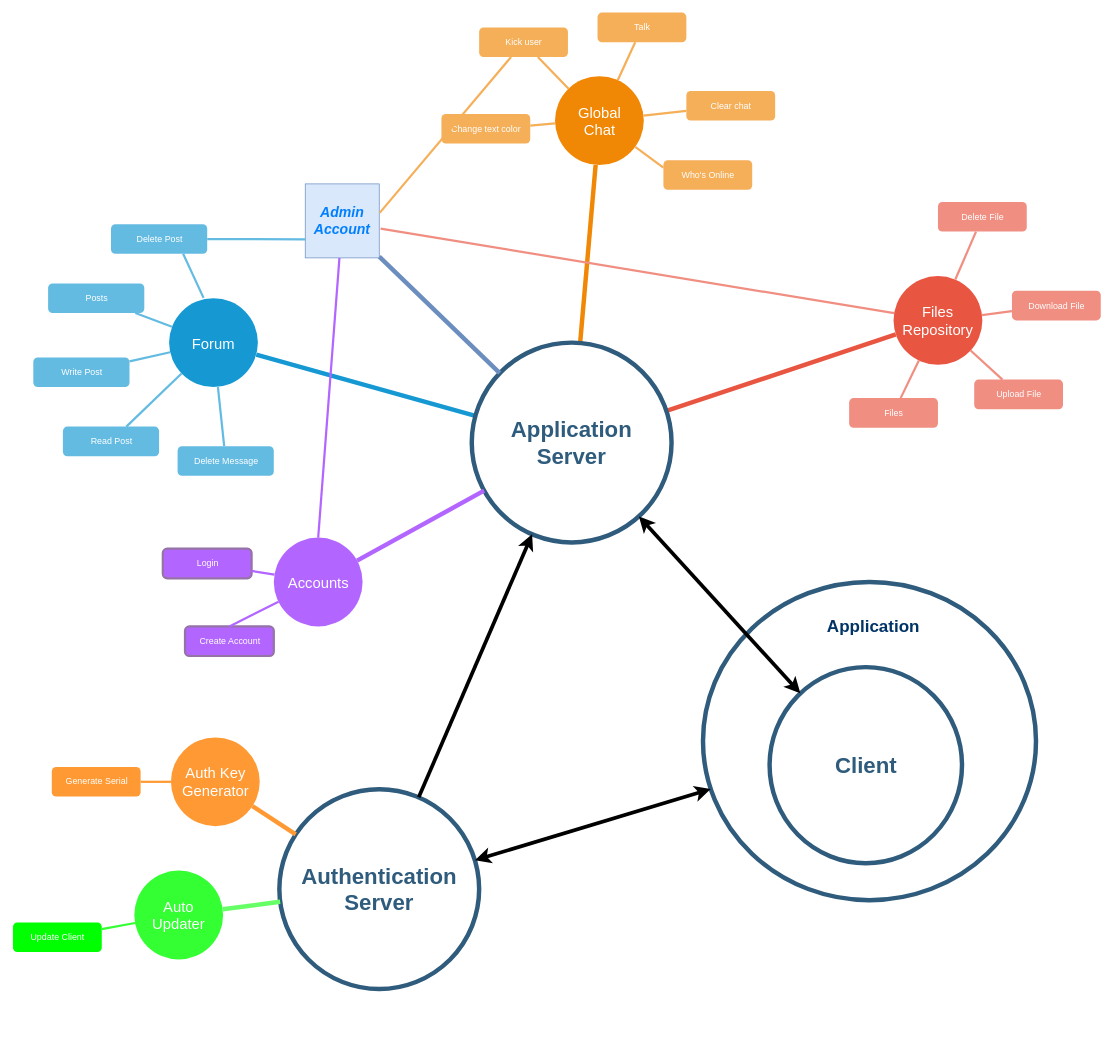
Before: Images/Architecture.drawio in HFrajacomo/Terminal-Forum-Server, a draw.io diagram. Source tidied: cells renumbered, new cells numbered last; positions are measured from the earlier drawing's top-left corner, leaving out a move shared by most shapes. Both pictures are drawn from the tidied source at 74%, with x=0, y=0 at pixel (13, 12).
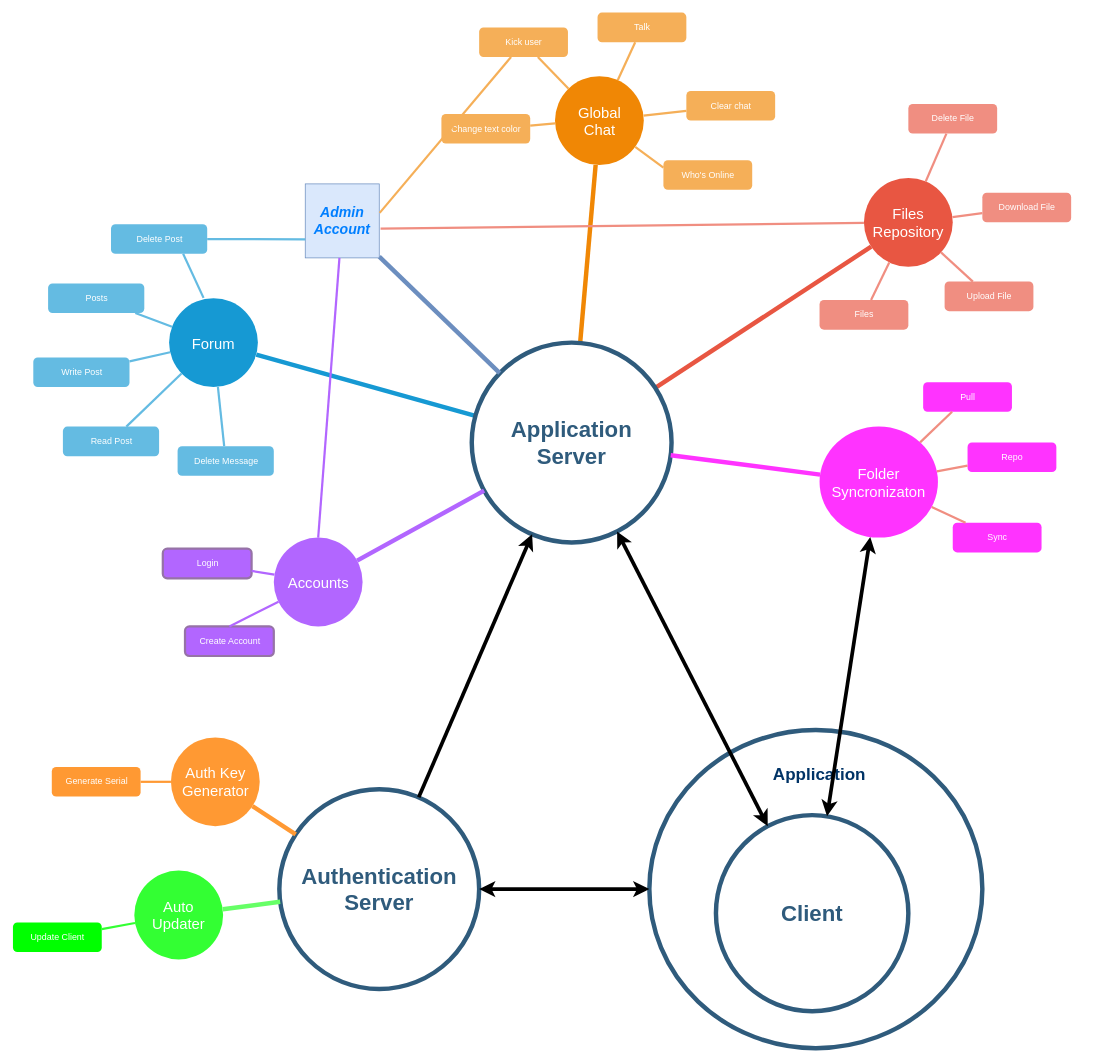
After the change.

Unchanged cells that the change refers to:
```xml
<mxCell id="34" value="Application&lt;br&gt;Server&lt;br&gt;" style="ellipse;whiteSpace=wrap;html=1;shadow=0;fontFamily=Helvetica;fontSize=30;fontColor=#2F5B7C;align=center;strokeColor=#2F5B7C;strokeWidth=6;fillColor=#FFFFFF;fontStyle=1;gradientColor=none;" parent="1" vertex="1">
  <mxGeometry x="620" y="446.5" width="270" height="270" as="geometry" />
</mxCell>
```

Diff of the diagram source:
```diff
@@
     <mxCell id="4" value="Files&lt;br&gt;Repository&lt;br&gt;" style="ellipse;whiteSpace=wrap;html=1;shadow=0;fontFamily=Helvetica;fontSize=20;fontColor=#FFFFFF;align=center;strokeWidth=3;fillColor=#E85642;strokeColor=none;" parent="1" vertex="1">
-      <mxGeometry x="1190" y="356.5" width="120" height="120" as="geometry" />
+      <mxGeometry x="1150" y="224" width="120" height="120" as="geometry" />
     </mxCell>
@@
     <mxCell id="26" value="Files" style="rounded=1;fillColor=#f08e81;strokeColor=none;strokeWidth=3;shadow=0;html=1;fontColor=#FFFFFF;" parent="1" vertex="1">
-      <mxGeometry x="1130" y="521.5" width="120" height="40" as="geometry" />
+      <mxGeometry x="1090" y="389" width="120" height="40" as="geometry" />
     </mxCell>
     <mxCell id="27" value="Upload File" style="rounded=1;fillColor=#f08e81;strokeColor=none;strokeWidth=3;shadow=0;html=1;fontColor=#FFFFFF;" parent="1" vertex="1">
-      <mxGeometry x="1299" y="496.5" width="120" height="40" as="geometry" />
+      <mxGeometry x="1259" y="364" width="120" height="40" as="geometry" />
     </mxCell>
     <mxCell id="28" value="Delete File" style="rounded=1;fillColor=#f08e81;strokeColor=none;strokeWidth=3;shadow=0;html=1;fontColor=#FFFFFF;" parent="1" vertex="1">
-      <mxGeometry x="1250" y="256.5" width="120" height="40" as="geometry" />
+      <mxGeometry x="1210" y="124" width="120" height="40" as="geometry" />
     </mxCell>
     <mxCell id="29" value="Download File" style="rounded=1;fillColor=#f08e81;strokeColor=none;strokeWidth=3;shadow=0;html=1;fontColor=#FFFFFF;" parent="1" vertex="1">
-      <mxGeometry x="1350" y="376.5" width="120" height="40" as="geometry" />
+      <mxGeometry x="1310" y="244" width="120" height="40" as="geometry" />
     </mxCell>
     <mxCell id="30" style="edgeStyle=none;endArrow=none;strokeWidth=3;strokeColor=#F08E81;html=1;" parent="1" edge="1" source="4" target="26">
-      <mxGeometry x="-110" y="186.5" as="geometry" />
+      <mxGeometry x="-150" y="54" as="geometry" />
     </mxCell>
     <mxCell id="31" style="edgeStyle=none;endArrow=none;strokeWidth=3;strokeColor=#F08E81;html=1;" parent="1" edge="1" source="4" target="27">
-      <mxGeometry x="-110" y="186.5" as="geometry" />
+      <mxGeometry x="-150" y="54" as="geometry" />
     </mxCell>
     <mxCell id="32" style="edgeStyle=none;endArrow=none;strokeWidth=3;strokeColor=#F08E81;html=1;" parent="1" edge="1" source="4" target="28">
-      <mxGeometry x="-110" y="186.5" as="geometry" />
+      <mxGeometry x="-150" y="54" as="geometry" />
     </mxCell>
     <mxCell id="33" style="edgeStyle=none;endArrow=none;strokeWidth=3;strokeColor=#F08E81;html=1;" parent="1" edge="1" source="4" target="29">
-      <mxGeometry x="-110" y="186.5" as="geometry" />
+      <mxGeometry x="-150" y="54" as="geometry" />
     </mxCell>
@@
     <mxCell id="58" value="&lt;div style=&quot;text-align: center&quot;&gt;&lt;br&gt;&lt;/div&gt;" style="ellipse;whiteSpace=wrap;html=1;shadow=0;fontFamily=Helvetica;fontSize=30;fontColor=#2F5B7C;align=center;strokeColor=#2F5B7C;strokeWidth=6;fillColor=#FFFFFF;fontStyle=1;gradientColor=none;" parent="1" vertex="1">
-      <mxGeometry x="932.5" y="770" width="450" height="430" as="geometry" />
+      <mxGeometry x="860" y="970" width="450" height="430" as="geometry" />
     </mxCell>
     <mxCell id="59" value="Client&lt;br&gt;" style="ellipse;whiteSpace=wrap;html=1;shadow=0;fontFamily=Helvetica;fontSize=30;fontColor=#2F5B7C;align=center;strokeColor=#2F5B7C;strokeWidth=6;fillColor=#FFFFFF;fontStyle=1;gradientColor=none;" parent="1" vertex="1">
-      <mxGeometry x="1022.5" y="885" width="260" height="265" as="geometry" />
+      <mxGeometry x="950" y="1085" width="260" height="265" as="geometry" />
     </mxCell>
     <mxCell id="60" value="Application" style="text;html=1;strokeColor=none;fillColor=none;align=center;verticalAlign=middle;whiteSpace=wrap;rounded=0;fontColor=#003366;fontSize=23;fontStyle=1;" parent="1" vertex="1">
-      <mxGeometry x="1087.5" y="800" width="150" height="60" as="geometry" />
+      <mxGeometry x="1015" y="1000" width="150" height="60" as="geometry" />
     </mxCell>
@@
+    <mxCell id="64" value="Folder&lt;br&gt;Syncronizaton&lt;br&gt;" style="ellipse;whiteSpace=wrap;html=1;shadow=0;fontFamily=Helvetica;fontSize=20;align=center;strokeWidth=3;fillColor=#FF33FF;strokeColor=none;fontColor=#FFFFFF;" parent="1" vertex="1">
+      <mxGeometry x="1090" y="560" width="160" height="150" as="geometry" />
+    </mxCell>
+    <mxCell id="65" value="Pull" style="rounded=1;fillColor=#FF33FF;strokeColor=none;strokeWidth=3;shadow=0;html=1;fontColor=#FFFFFF;" parent="1" vertex="1">
+      <mxGeometry x="1230" y="500" width="120" height="40" as="geometry" />
+    </mxCell>
+    <mxCell id="66" value="Sync" style="rounded=1;fillColor=#FF33FF;strokeColor=none;strokeWidth=3;shadow=0;html=1;fontColor=#FFFFFF;" parent="1" vertex="1">
+      <mxGeometry x="1270" y="690" width="120" height="40" as="geometry" />
+    </mxCell>
+    <mxCell id="67" value="Repo" style="rounded=1;fillColor=#FF33FF;strokeColor=none;strokeWidth=3;shadow=0;html=1;fontColor=#FFFFFF;" parent="1" vertex="1">
+      <mxGeometry x="1290" y="581.5" width="120" height="40" as="geometry" />
+    </mxCell>
+    <mxCell id="68" style="edgeStyle=none;endArrow=none;strokeWidth=3;strokeColor=#F08E81;html=1;" parent="1" edge="1" source="64" target="65">
+      <mxGeometry x="-140" y="350" as="geometry" />
+    </mxCell>
+    <mxCell id="69" style="edgeStyle=none;endArrow=none;strokeWidth=3;strokeColor=#F08E81;html=1;" parent="1" edge="1" source="64" target="66">
+      <mxGeometry x="-140" y="350" as="geometry" />
+    </mxCell>
+    <mxCell id="70" style="edgeStyle=none;endArrow=none;strokeWidth=3;strokeColor=#F08E81;html=1;" parent="1" edge="1" source="64" target="67">
+      <mxGeometry x="-140" y="350" as="geometry" />
+    </mxCell>
+    <mxCell id="71" style="endArrow=none;strokeWidth=6;strokeColor=#FF33FF;html=1;" parent="1" edge="1" source="34" target="64">
+      <mxGeometry relative="1" as="geometry" />
+    </mxCell>
+    <mxCell id="72" style="endArrow=classic;startArrow=classic;html=1;strokeColor=#000000;strokeWidth=5;fontSize=23;fontColor=#003366;" parent="1" edge="1" source="59" target="64">
+      <mxGeometry relative="1" as="geometry" />
+    </mxCell>
```
